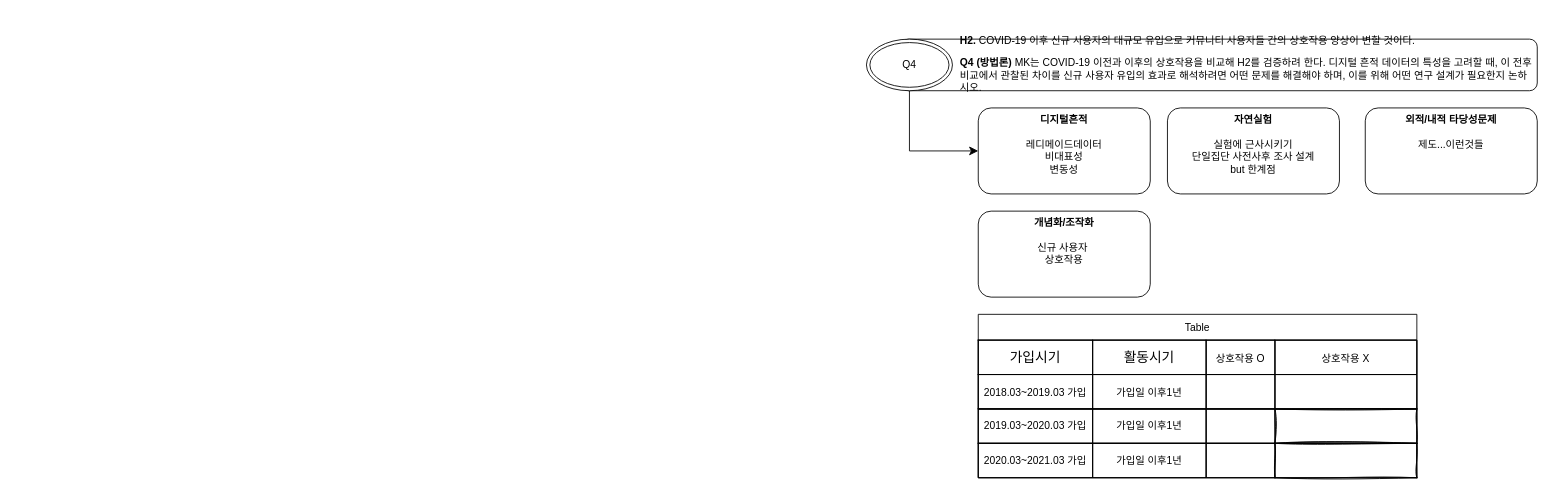
The draw.io diagram Untitled Diagram.drawio in myokyunghan/drawio_for_qual, before the edit. Source tidied: cells renumbered, new cells numbered last; positions are measured from the earlier drawing's top-left corner, leaving out a move shared by most shapes. Both pictures are drawn from the tidied source at 86%, with x=0, y=0 at pixel (866, 38).
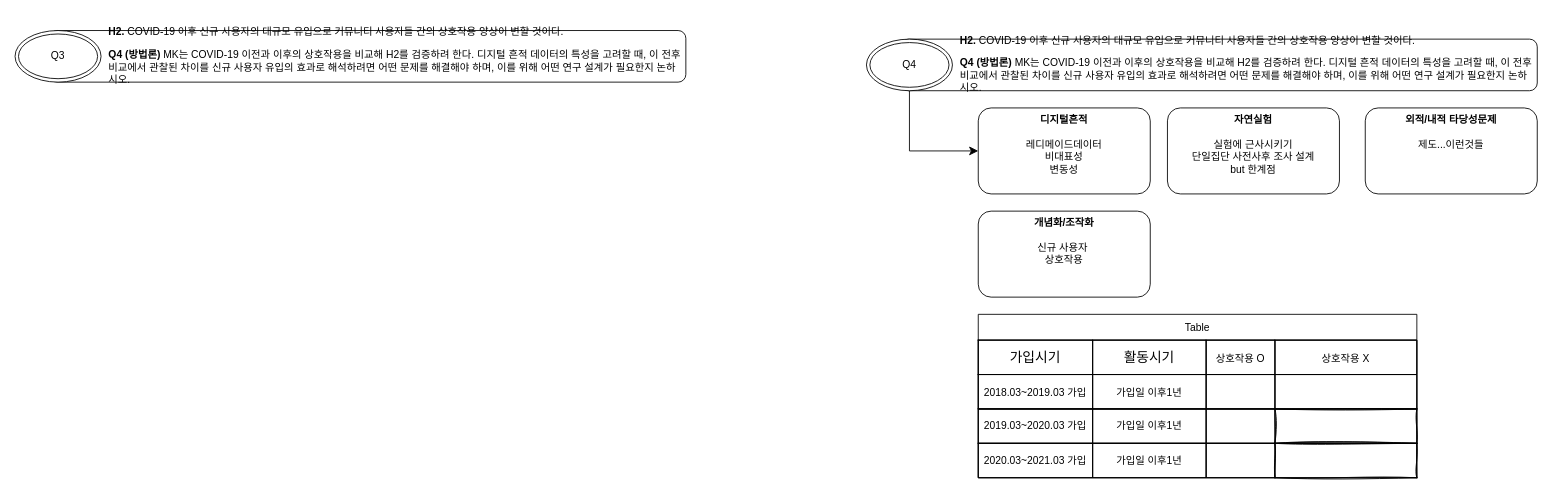
After the change.

Diff of the diagram source:
```diff
@@
+    <mxCell id="31" value="&lt;div&gt;&lt;br&gt;&lt;/div&gt;" style="rounded=1;whiteSpace=wrap;html=1;roundedPerimeter=1;" parent="1" vertex="1">
+      <mxGeometry x="-950" y="-9" width="740" height="60" as="geometry" />
+    </mxCell>
+    <mxCell id="32" value="Q3" style="ellipse;shape=doubleEllipse;whiteSpace=wrap;html=1;" parent="1" vertex="1">
+      <mxGeometry x="-990" y="-9" width="100" height="60" as="geometry" />
+    </mxCell>
+    <mxCell id="33" value="&lt;p&gt;&lt;strong&gt;H2.&lt;/strong&gt; COVID-19 이후 신규 사용자의 대규모 유입으로 커뮤니티 사용자들 간의 상호작용 양상이 변할 것이다.&lt;/p&gt;&lt;p&gt;&lt;/p&gt;&lt;p&gt;&lt;strong&gt;Q4 (방법론)&lt;/strong&gt; MK는 COVID-19 이전과 이후의 상호작용을 비교해 H2를 검증하려 한다. 디지털 흔적 데이터의 특성을 고려할 때, 이 전후 비교에서 관찰된 차이를 신규 사용자 유입의 효과로 해석하려면 어떤 문제를 해결해야 하며, 이를 위해 어떤 연구 설계가 필요한지 논하시오.&lt;/p&gt;" style="text;html=1;whiteSpace=wrap;strokeColor=none;fillColor=none;align=left;verticalAlign=middle;rounded=0;" parent="1" vertex="1">
+      <mxGeometry x="-883" y="-10" width="670" height="60" as="geometry" />
+    </mxCell>
```
